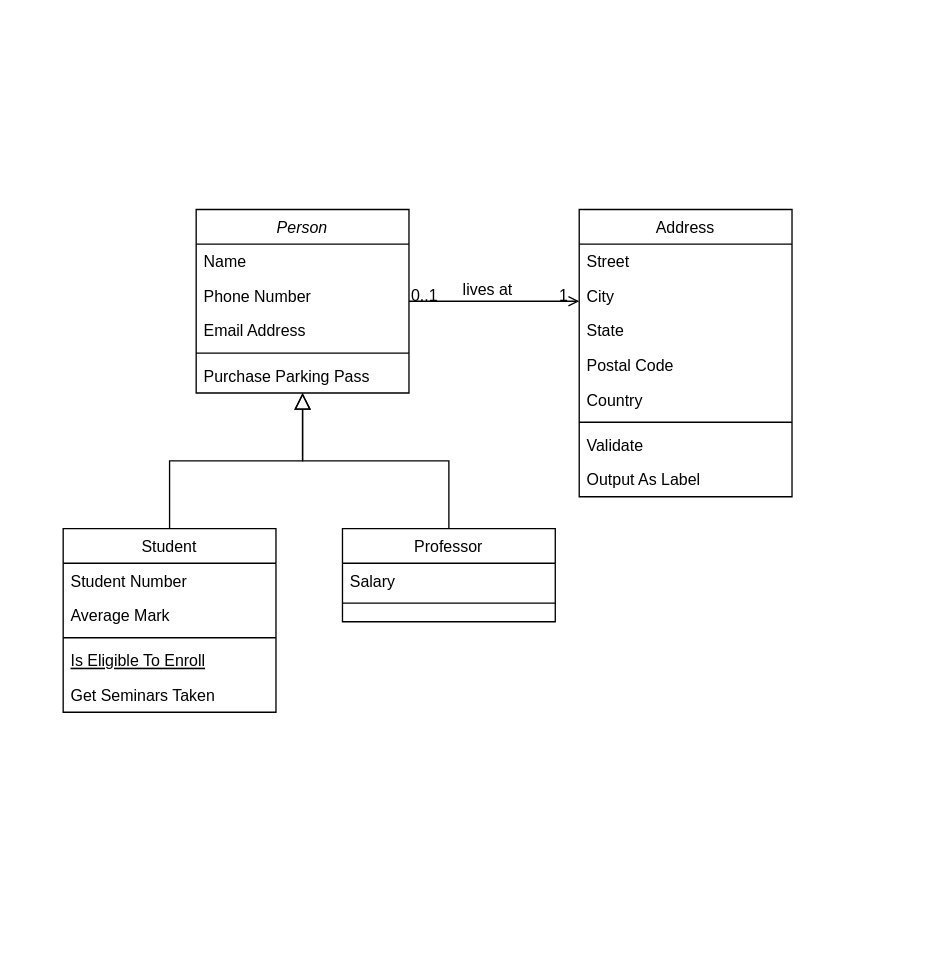
luisdico313/poo keeps this draw.io diagram as Actividad 3/Ejercicio2_4_2_p206/Ejercicio2_Actividad3.drawio. Above is the earlier version. Source tidied: cells renumbered, new cells numbered last; positions are measured from the earlier drawing's top-left corner, leaving out a move shared by most shapes. Both pictures are drawn from the tidied source at 133%, with x=0, y=0 at pixel (63, 209).
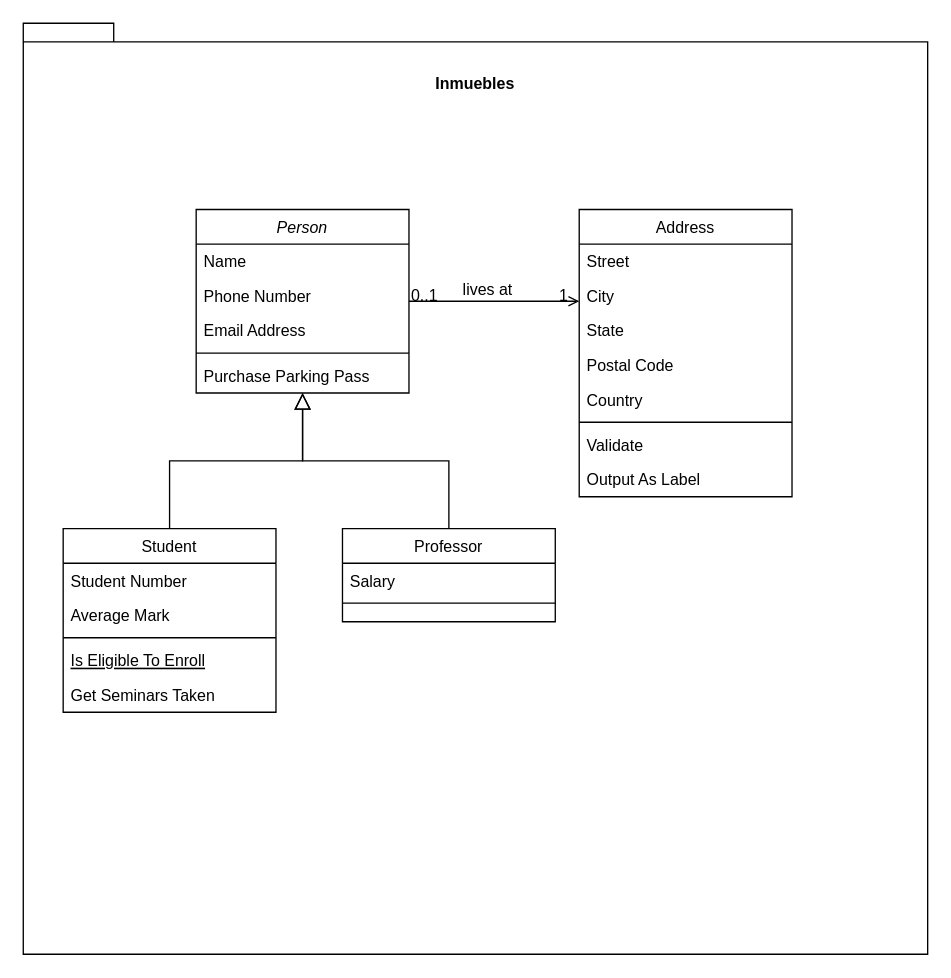
The same diagram, later.

The edit, as a diff of the source:
```diff
@@
+    <mxCell id="32" value="&lt;div&gt;Inmuebles&lt;/div&gt;&lt;div&gt;&lt;br&gt;&lt;/div&gt;&lt;div&gt;&lt;br&gt;&lt;/div&gt;&lt;div&gt;&lt;br&gt;&lt;/div&gt;&lt;div&gt;&lt;br&gt;&lt;/div&gt;&lt;div&gt;&lt;br&gt;&lt;/div&gt;&lt;div&gt;&lt;br&gt;&lt;/div&gt;&lt;div&gt;&lt;br&gt;&lt;/div&gt;&lt;div&gt;&lt;br&gt;&lt;/div&gt;&lt;div&gt;&lt;br&gt;&lt;/div&gt;&lt;div&gt;&lt;br&gt;&lt;/div&gt;&lt;div&gt;&lt;br&gt;&lt;/div&gt;&lt;div&gt;&lt;br&gt;&lt;/div&gt;&lt;div&gt;&lt;br&gt;&lt;/div&gt;&lt;div&gt;&lt;br&gt;&lt;/div&gt;&lt;div&gt;&lt;br&gt;&lt;/div&gt;&lt;div&gt;&lt;br&gt;&lt;/div&gt;&lt;div&gt;&lt;br&gt;&lt;/div&gt;&lt;div&gt;&lt;br&gt;&lt;/div&gt;&lt;div&gt;&lt;br&gt;&lt;/div&gt;&lt;div&gt;&lt;br&gt;&lt;/div&gt;&lt;div&gt;&lt;br&gt;&lt;/div&gt;&lt;div&gt;&lt;br&gt;&lt;/div&gt;&lt;div&gt;&lt;br&gt;&lt;/div&gt;&lt;div&gt;&lt;br&gt;&lt;/div&gt;&lt;div&gt;&lt;br&gt;&lt;/div&gt;&lt;div&gt;&lt;br&gt;&lt;/div&gt;&lt;div&gt;&lt;br&gt;&lt;/div&gt;&lt;div&gt;&lt;br&gt;&lt;/div&gt;&lt;div&gt;&lt;br&gt;&lt;/div&gt;&lt;div&gt;&lt;br&gt;&lt;/div&gt;&lt;div&gt;&lt;br&gt;&lt;/div&gt;&lt;div&gt;&lt;br&gt;&lt;/div&gt;&lt;div&gt;&lt;br&gt;&lt;/div&gt;&lt;div&gt;&lt;br&gt;&lt;/div&gt;&lt;div&gt;&lt;br&gt;&lt;/div&gt;&lt;div&gt;&lt;br&gt;&lt;/div&gt;&lt;div&gt;&lt;br&gt;&lt;/div&gt;&lt;div&gt;&lt;br&gt;&lt;/div&gt;&lt;div&gt;&lt;br&gt;&lt;/div&gt;&lt;div&gt;&lt;br&gt;&lt;/div&gt;&lt;div&gt;&lt;br&gt;&lt;/div&gt;&lt;div&gt;&lt;br&gt;&lt;/div&gt;&lt;div&gt;&lt;br&gt;&lt;/div&gt;" style="shape=folder;fontStyle=1;spacingTop=10;tabWidth=40;tabHeight=14;tabPosition=left;html=1;whiteSpace=wrap;align=center;" parent="1" vertex="1">
+      <mxGeometry x="-30" y="-140" width="680" height="700" as="geometry" />
+    </mxCell>
```
